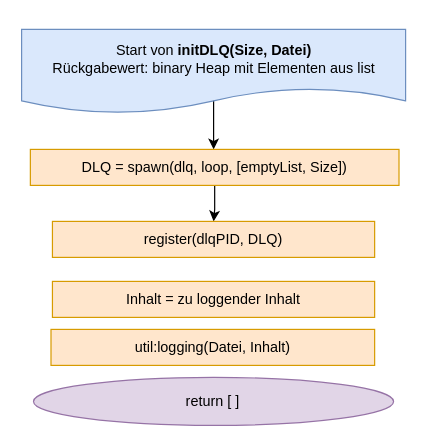
The draw.io diagram Grafiken:Bilder/draw.io/DLQ/1. initDLQ.drawio in krisschaaf/Hausarbeit_Erlang_Queues, before the edit. Source tidied: cells renumbered, new cells numbered last; positions are measured from the earlier drawing's top-left corner, leaving out a move shared by most shapes. Both pictures are drawn from the tidied source at 120%, with x=0, y=0 at pixel (20, 29).
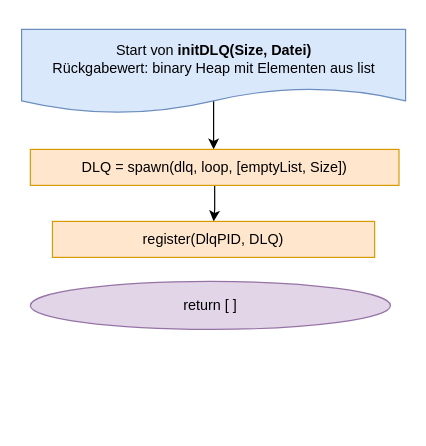
The same diagram, later.

Diff of the diagram source:
```diff
@@
 <mxGraphModel>
   <root>
     <mxCell id="0" />
     <mxCell id="1" parent="0" />
     <mxCell id="2" style="edgeStyle=orthogonalEdgeStyle;rounded=0;jettySize=auto;html=1;exitX=0.5;exitY=0;exitDx=0;exitDy=0;" parent="1" edge="1" source="3">
       <mxGeometry relative="1" as="geometry">
         <mxPoint x="160.5" y="100" as="targetPoint" />
         <Array as="points">
           <mxPoint x="160.6" y="20" />
           <mxPoint x="160.6" y="20" />
         </Array>
       </mxGeometry>
     </mxCell>
     <mxCell id="3" value="Start von &lt;b&gt;initDLQ(Size, Datei)&lt;/b&gt;&lt;br&gt;Rückgabewert: binary Heap mit Elementen aus list" style="shape=document;whiteSpace=wrap;html=1;boundedLbl=1;fillColor=#dae8fc;strokeColor=#6c8ebf;" parent="1" vertex="1">
       <mxGeometry x="0.5" width="320" height="70" as="geometry" />
     </mxCell>
     <mxCell id="4" value="return [ ]" style="ellipse;whiteSpace=wrap;html=1;rounded=0;fillColor=#e1d5e7;strokeColor=#9673a6;" parent="1" vertex="1">
-      <mxGeometry x="10.4" y="290" width="300.1" height="40" as="geometry" />
+      <mxGeometry x="7.8" y="210" width="300.1" height="40" as="geometry" />
     </mxCell>
     <mxCell id="5" style="edgeStyle=orthogonalEdgeStyle;rounded=0;jettySize=auto;html=1;exitX=0.5;exitY=1;exitDx=0;exitDy=0;" parent="1" edge="1" source="6" target="7">
       <mxGeometry relative="1" as="geometry" />
     </mxCell>
     <mxCell id="6" value="DLQ = spawn(dlq, loop, [emptyList, Size])" style="rounded=0;whiteSpace=wrap;html=1;fillColor=#ffe6cc;strokeColor=#d79b00;" parent="1" vertex="1">
       <mxGeometry x="7.8" y="100" width="307.2" height="30" as="geometry" />
     </mxCell>
-    <mxCell id="7" value="register(dlqPID, DLQ)" style="rounded=0;whiteSpace=wrap;html=1;fillColor=#ffe6cc;strokeColor=#d79b00;" parent="1" vertex="1">
+    <mxCell id="7" value="register(DlqPID, DLQ)" style="rounded=0;whiteSpace=wrap;html=1;fillColor=#ffe6cc;strokeColor=#d79b00;" parent="1" vertex="1">
       <mxGeometry x="26.2" y="160" width="268.5" height="30" as="geometry" />
     </mxCell>
-    <mxCell id="8" value="Inhalt = zu loggender Inhalt" style="rounded=0;whiteSpace=wrap;html=1;fillColor=#ffe6cc;strokeColor=#d79b00;" parent="1" vertex="1">
-      <mxGeometry x="26.2" y="210" width="268.5" height="30" as="geometry" />
-    </mxCell>
-    <mxCell id="9" value="util:logging(Datei, Inhalt)" style="rounded=0;whiteSpace=wrap;html=1;fillColor=#ffe6cc;strokeColor=#d79b00;" parent="1" vertex="1">
-      <mxGeometry x="25" y="250" width="269.7" height="30" as="geometry" />
-    </mxCell>
   </root>
 </mxGraphModel>
```
